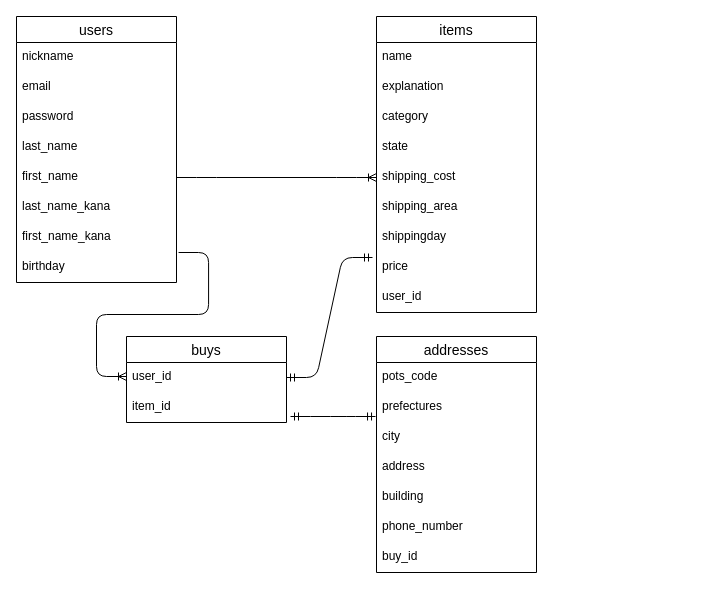
The draw.io diagram furima-32606.dio in hrmyg/furima-32606, before the edit. Source tidied: cells renumbered, new cells numbered last; positions are measured from the earlier drawing's top-left corner, leaving out a move shared by most shapes. Both pictures are drawn from the tidied source at 100%, with x=0, y=0 at pixel (16, 16).
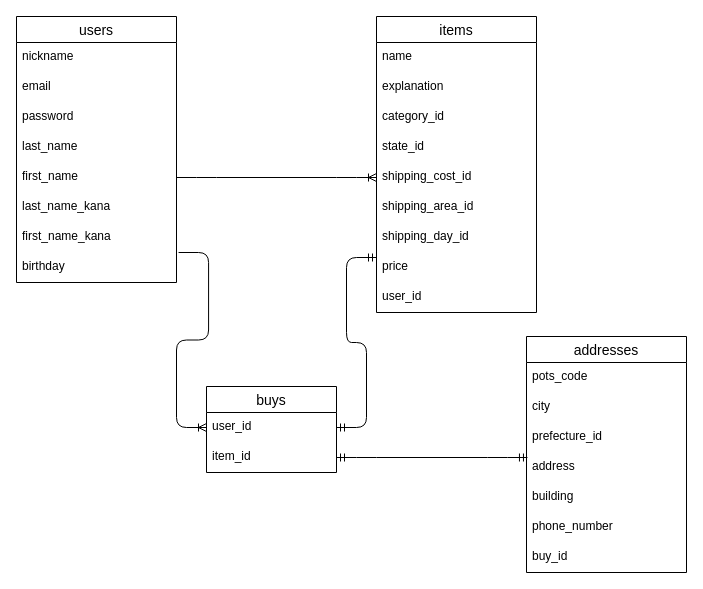
The same page after the edit.

Commit message (it also covers changes not shown here):
データベース設計の修正1

Unchanged cells that the change refers to:
```xml
<mxCell id="2" value="items" style="swimlane;fontStyle=0;horizontal=1;startSize=26;align=center;fontSize=14;" parent="1" vertex="1">
  <mxGeometry x="360" width="160" height="296" as="geometry" />
</mxCell>
<mxCell id="10" value="price" style="text;strokeColor=none;fillColor=none;spacingLeft=4;spacingRight=4;overflow=hidden;points=[[0,0.5],[1,0.5]];portConstraint=eastwest;fontSize=12;" parent="2" vertex="1">
  <mxGeometry y="236" width="160" height="30" as="geometry" />
</mxCell>
<mxCell id="20" value="birthday" style="text;strokeColor=none;fillColor=none;spacingLeft=4;spacingRight=4;overflow=hidden;points=[[0,0.5],[1,0.5]];portConstraint=eastwest;fontSize=12;" parent="12" vertex="1">
  <mxGeometry y="236" width="160" height="30" as="geometry" />
</mxCell>
<mxCell id="28" value="address" style="text;strokeColor=none;fillColor=none;spacingLeft=4;spacingRight=4;overflow=hidden;points=[[0,0.5],[1,0.5]];portConstraint=eastwest;fontSize=12;" parent="24" vertex="1">
  <mxGeometry y="116" width="160" height="30" as="geometry" />
</mxCell>
```

What changed in the source:
```diff
@@
-    <mxCell id="5" value="category" style="text;strokeColor=none;fillColor=none;spacingLeft=4;spacingRight=4;overflow=hidden;fontSize=12;" parent="2" vertex="1">
+    <mxCell id="5" value="category_id" style="text;strokeColor=none;fillColor=none;spacingLeft=4;spacingRight=4;overflow=hidden;fontSize=12;" parent="2" vertex="1">
       <mxGeometry y="86" width="160" height="30" as="geometry" />
     </mxCell>
-    <mxCell id="6" value="state" style="text;strokeColor=none;fillColor=none;spacingLeft=4;spacingRight=4;overflow=hidden;fontSize=12;" parent="2" vertex="1">
+    <mxCell id="6" value="state_id" style="text;strokeColor=none;fillColor=none;spacingLeft=4;spacingRight=4;overflow=hidden;fontSize=12;" parent="2" vertex="1">
       <mxGeometry y="116" width="160" height="30" as="geometry" />
     </mxCell>
-    <mxCell id="7" value="shipping_cost" style="text;strokeColor=none;fillColor=none;spacingLeft=4;spacingRight=4;overflow=hidden;points=[[0,0.5],[1,0.5]];portConstraint=eastwest;fontSize=12;" parent="2" vertex="1">
+    <mxCell id="7" value="shipping_cost_id" style="text;strokeColor=none;fillColor=none;spacingLeft=4;spacingRight=4;overflow=hidden;points=[[0,0.5],[1,0.5]];portConstraint=eastwest;fontSize=12;" parent="2" vertex="1">
       <mxGeometry y="146" width="160" height="30" as="geometry" />
     </mxCell>
-    <mxCell id="8" value="shipping_area" style="text;strokeColor=none;fillColor=none;spacingLeft=4;spacingRight=4;overflow=hidden;fontSize=12;" parent="2" vertex="1">
+    <mxCell id="8" value="shipping_area_id" style="text;strokeColor=none;fillColor=none;spacingLeft=4;spacingRight=4;overflow=hidden;fontSize=12;" parent="2" vertex="1">
       <mxGeometry y="176" width="160" height="30" as="geometry" />
     </mxCell>
-    <mxCell id="9" value="shippingday" style="text;strokeColor=none;fillColor=none;spacingLeft=4;spacingRight=4;overflow=hidden;fontSize=12;" parent="2" vertex="1">
+    <mxCell id="9" value="shipping_day_id" style="text;strokeColor=none;fillColor=none;spacingLeft=4;spacingRight=4;overflow=hidden;fontSize=12;" parent="2" vertex="1">
       <mxGeometry y="206" width="160" height="30" as="geometry" />
     </mxCell>
@@
     <mxCell id="21" value="buys" style="swimlane;fontStyle=0;horizontal=1;startSize=26;align=center;fontSize=14;" parent="1" vertex="1">
-      <mxGeometry x="110" y="320" width="160" height="86" as="geometry" />
+      <mxGeometry x="190" y="370" width="130" height="86" as="geometry" />
     </mxCell>
     <mxCell id="22" value="user_id" style="text;strokeColor=none;fillColor=none;spacingLeft=4;spacingRight=4;overflow=hidden;points=[[0,0.5],[1,0.5]];portConstraint=eastwest;fontSize=12;" parent="21" vertex="1">
-      <mxGeometry y="26" width="160" height="30" as="geometry" />
+      <mxGeometry y="26" width="130" height="30" as="geometry" />
     </mxCell>
     <mxCell id="23" value="item_id" style="text;strokeColor=none;fillColor=none;spacingLeft=4;spacingRight=4;overflow=hidden;points=[[0,0.5],[1,0.5]];portConstraint=eastwest;fontSize=12;" parent="21" vertex="1">
-      <mxGeometry y="56" width="160" height="30" as="geometry" />
+      <mxGeometry y="56" width="130" height="30" as="geometry" />
     </mxCell>
     <mxCell id="24" value="addresses" style="swimlane;fontStyle=0;horizontal=1;startSize=26;align=center;fontSize=14;" parent="1" vertex="1">
-      <mxGeometry x="360" y="320" width="160" height="236" as="geometry" />
+      <mxGeometry x="510" y="320" width="160" height="236" as="geometry" />
     </mxCell>
@@
+    <mxCell id="27" value="city" style="text;strokeColor=none;fillColor=none;spacingLeft=4;spacingRight=4;overflow=hidden;fontSize=12;" parent="24" vertex="1">
+      <mxGeometry y="56" width="160" height="30" as="geometry" />
+    </mxCell>
-    <mxCell id="26" value="prefectures" style="text;strokeColor=none;fillColor=none;spacingLeft=4;spacingRight=4;overflow=hidden;points=[[0,0.5],[1,0.5]];portConstraint=eastwest;fontSize=12;" parent="24" vertex="1">
-      <mxGeometry y="56" width="160" height="30" as="geometry" />
+    <mxCell id="26" value="prefecture_id" style="text;strokeColor=none;fillColor=none;spacingLeft=4;spacingRight=4;overflow=hidden;points=[[0,0.5],[1,0.5]];portConstraint=eastwest;fontSize=12;" parent="24" vertex="1">
+      <mxGeometry y="86" width="160" height="30" as="geometry" />
     </mxCell>
-    <mxCell id="27" value="city" style="text;strokeColor=none;fillColor=none;spacingLeft=4;spacingRight=4;overflow=hidden;fontSize=12;" parent="24" vertex="1">
-      <mxGeometry y="86" width="160" height="30" as="geometry" />
-    </mxCell>
@@
-    <mxCell id="32" style="edgeStyle=entityRelationEdgeStyle;fontSize=12;html=1;endArrow=ERmandOne;startArrow=ERmandOne;entryX=-0.025;entryY=0.167;entryDx=0;entryDy=0;entryPerimeter=0;exitX=1;exitY=0.5;exitDx=0;exitDy=0;" parent="1" edge="1" source="22" target="10">
-      <mxGeometry relative="1" as="geometry" />
+    <mxCell id="32" style="edgeStyle=entityRelationEdgeStyle;fontSize=12;html=1;endArrow=ERmandOne;startArrow=ERmandOne;exitX=1;exitY=0.5;exitDx=0;exitDy=0;" parent="1" edge="1" source="22">
+      <mxGeometry relative="1" as="geometry">
+        <mxPoint x="360" y="241" as="targetPoint" />
+      </mxGeometry>
     </mxCell>
-    <mxCell id="33" style="edgeStyle=entityRelationEdgeStyle;fontSize=12;html=1;endArrow=ERmandOne;startArrow=ERmandOne;exitX=1.025;exitY=0.8;exitDx=0;exitDy=0;exitPerimeter=0;entryX=-0.006;entryY=0.8;entryDx=0;entryDy=0;entryPerimeter=0;" parent="1" edge="1" source="23" target="26">
+    <mxCell id="33" style="edgeStyle=entityRelationEdgeStyle;fontSize=12;html=1;endArrow=ERmandOne;startArrow=ERmandOne;exitX=1;exitY=0.5;exitDx=0;exitDy=0;entryX=0.006;entryY=0.167;entryDx=0;entryDy=0;entryPerimeter=0;" parent="1" edge="1" source="23" target="28">
       <mxGeometry relative="1" as="geometry" />
     </mxCell>
@@
-    <mxCell id="35" style="edgeStyle=entityRelationEdgeStyle;fontSize=12;html=1;endArrow=ERoneToMany;exitX=1.013;exitY=0;exitDx=0;exitDy=0;exitPerimeter=0;" parent="1" edge="1" source="20">
-      <mxGeometry relative="1" as="geometry">
-        <mxPoint x="110" y="360" as="targetPoint" />
-      </mxGeometry>
+    <mxCell id="35" style="edgeStyle=entityRelationEdgeStyle;fontSize=12;html=1;endArrow=ERoneToMany;exitX=1.013;exitY=0;exitDx=0;exitDy=0;exitPerimeter=0;entryX=0;entryY=0.5;entryDx=0;entryDy=0;" parent="1" edge="1" source="20" target="22">
+      <mxGeometry relative="1" as="geometry" />
     </mxCell>
```
